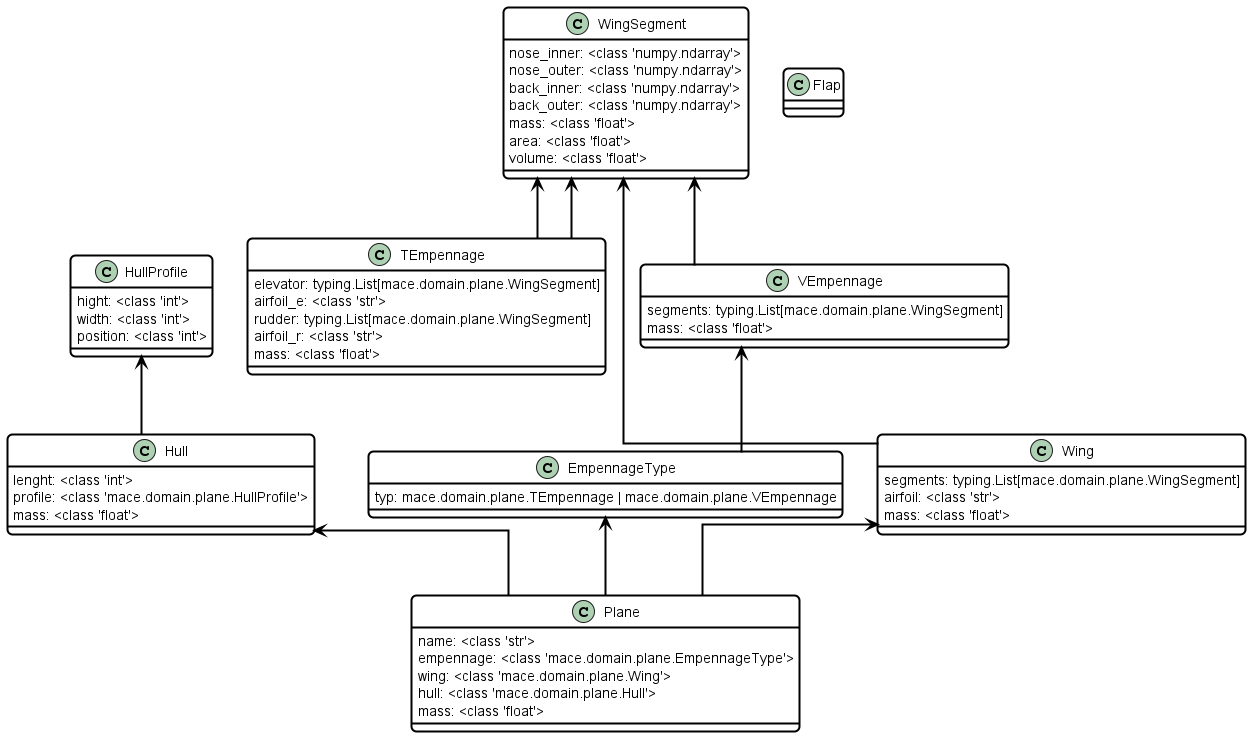
Above: doc/test.png in TheHenrik/mace (PlantUML), before the change. Source of this version:
```plantuml
@startuml
skinparam useBetaStyle true
skinparam linetype ortho

<style>
    classDiagram{
        FontColor Black
        BackgroundColor White
        LineThickness 2
        LineColor Black
        RoundCorner 10
    }
</style>
class HullProfile {
hight: <class 'int'>
width: <class 'int'>
position: <class 'int'>
}
class Hull {
lenght: <class 'int'>
profile: <class 'mace.domain.plane.HullProfile'>
mass: <class 'float'>
}
HullProfile <-- Hull
class Flap {
}
class WingSegment {
nose_inner: <class 'numpy.ndarray'>
nose_outer: <class 'numpy.ndarray'>
back_inner: <class 'numpy.ndarray'>
back_outer: <class 'numpy.ndarray'>
mass: <class 'float'>
area: <class 'float'>
volume: <class 'float'>
}
class TEmpennage {
elevator: typing.List[mace.domain.plane.WingSegment]
airfoil_e: <class 'str'>
rudder: typing.List[mace.domain.plane.WingSegment]
airfoil_r: <class 'str'>
mass: <class 'float'>
}
WingSegment <-- TEmpennage
WingSegment <-- TEmpennage
class VEmpennage {
segments: typing.List[mace.domain.plane.WingSegment]
mass: <class 'float'>
}
WingSegment <-- VEmpennage
class EmpennageType {
typ: mace.domain.plane.TEmpennage | mace.domain.plane.VEmpennage
}
VEmpennage <-- EmpennageType
class Wing {
segments: typing.List[mace.domain.plane.WingSegment]
airfoil: <class 'str'>
mass: <class 'float'>
}
WingSegment <-- Wing
class Plane {
name: <class 'str'>
empennage: <class 'mace.domain.plane.EmpennageType'>
wing: <class 'mace.domain.plane.Wing'>
hull: <class 'mace.domain.plane.Hull'>
mass: <class 'float'>
}
EmpennageType <-- Plane
Wing <-- Plane
Hull <-- Plane
@enduml
```
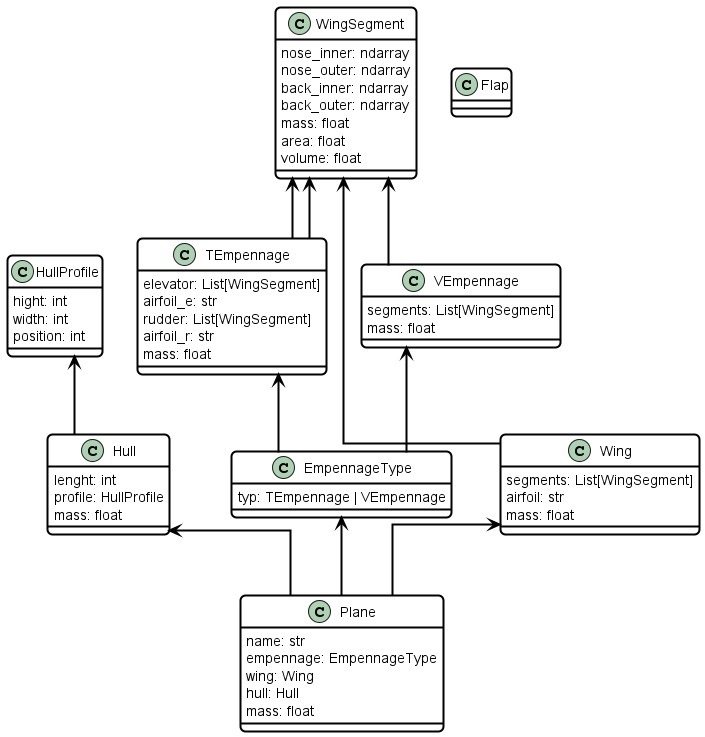
The same file after the commit.

The edit, as a diff of the source:
```diff
@@ -12,57 +12,58 @@
     }
 </style>
 class HullProfile {
-hight: <class 'int'>
-width: <class 'int'>
-position: <class 'int'>
+hight: int
+width: int
+position: int
 }
 class Hull {
-lenght: <class 'int'>
-profile: <class 'mace.domain.plane.HullProfile'>
-mass: <class 'float'>
+lenght: int
+profile: HullProfile
+mass: float
 }
 HullProfile <-- Hull
 class Flap {
 }
 class WingSegment {
-nose_inner: <class 'numpy.ndarray'>
-nose_outer: <class 'numpy.ndarray'>
-back_inner: <class 'numpy.ndarray'>
-back_outer: <class 'numpy.ndarray'>
-mass: <class 'float'>
-area: <class 'float'>
-volume: <class 'float'>
+nose_inner: ndarray
+nose_outer: ndarray
+back_inner: ndarray
+back_outer: ndarray
+mass: float
+area: float
+volume: float
 }
 class TEmpennage {
-elevator: typing.List[mace.domain.plane.WingSegment]
-airfoil_e: <class 'str'>
-rudder: typing.List[mace.domain.plane.WingSegment]
-airfoil_r: <class 'str'>
-mass: <class 'float'>
+elevator: List[WingSegment]
+airfoil_e: str
+rudder: List[WingSegment]
+airfoil_r: str
+mass: float
 }
 WingSegment <-- TEmpennage
 WingSegment <-- TEmpennage
 class VEmpennage {
-segments: typing.List[mace.domain.plane.WingSegment]
-mass: <class 'float'>
+segments: List[WingSegment]
+mass: float
 }
 WingSegment <-- VEmpennage
 class EmpennageType {
-typ: mace.domain.plane.TEmpennage | mace.domain.plane.VEmpennage
+typ: TEmpennage | VEmpennage
 }
+TEmpennage <-- EmpennageType
 VEmpennage <-- EmpennageType
 class Wing {
-segments: typing.List[mace.domain.plane.WingSegment]
-airfoil: <class 'str'>
-mass: <class 'float'>
+segments: List[WingSegment]
+airfoil: str
+mass: float
 }
 WingSegment <-- Wing
 class Plane {
-name: <class 'str'>
-empennage: <class 'mace.domain.plane.EmpennageType'>
-wing: <class 'mace.domain.plane.Wing'>
-hull: <class 'mace.domain.plane.Hull'>
-mass: <class 'float'>
+name: str
+empennage: EmpennageType
+wing: Wing
+hull: Hull
+mass: float
 }
 EmpennageType <-- Plane
 Wing <-- Plane
```
